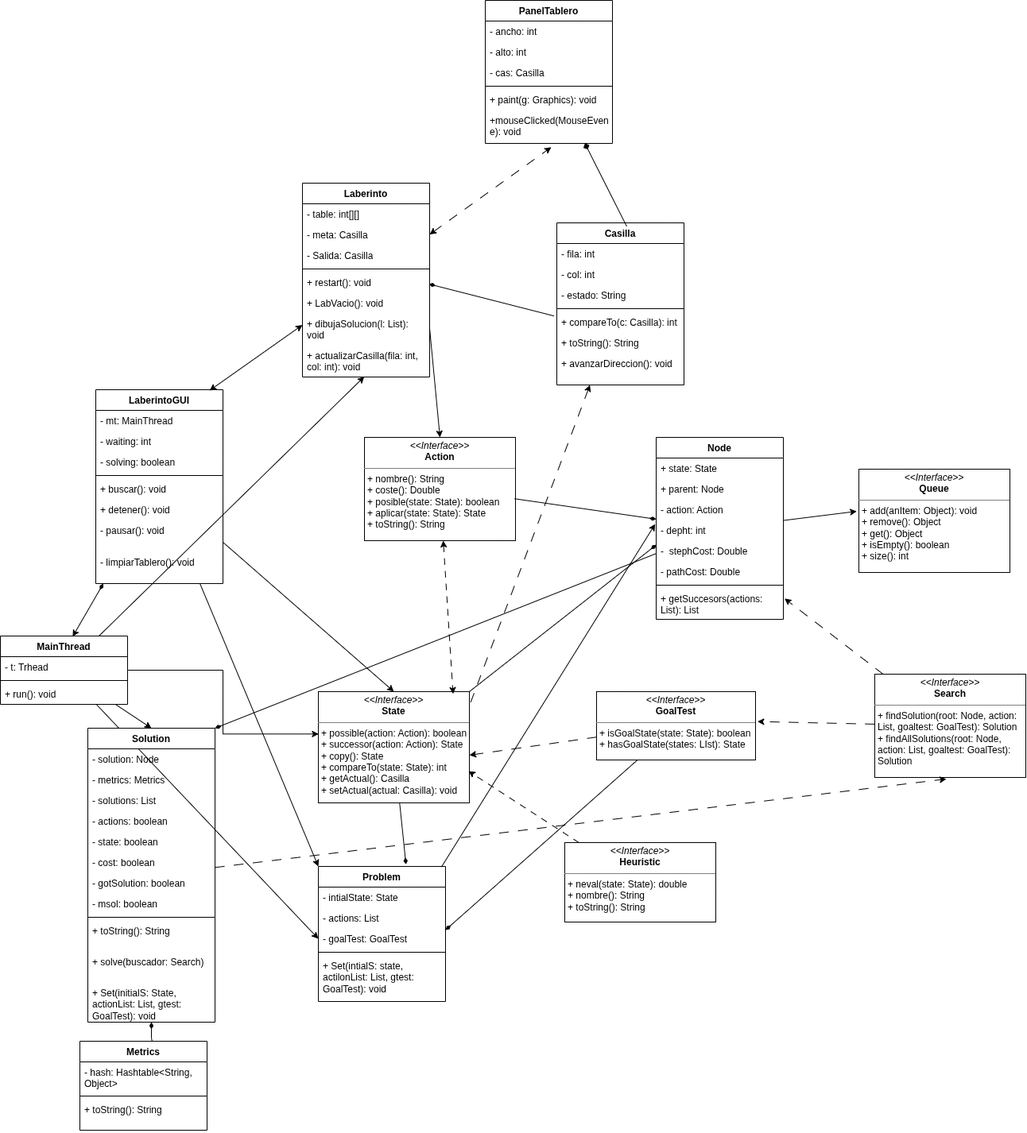
Before: Document/assets/UMLs/Clases.png, a diagram exported from draw.io (Luisja0106/Ingenieria-inversa). Source tidied: cells renumbered, new cells last; positions are measured from the earlier drawing's top-left corner, leaving out a move shared by most shapes.
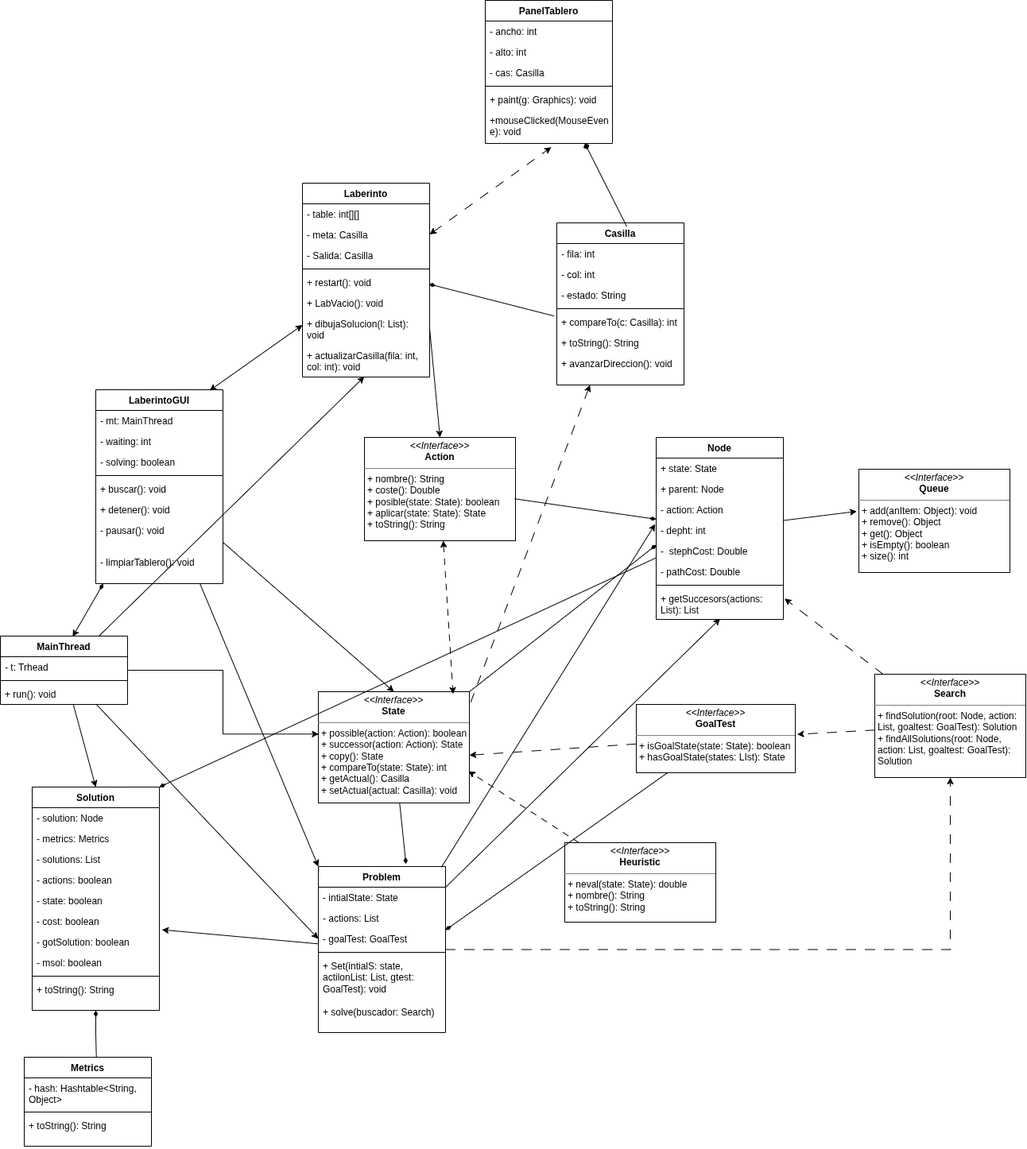
Above is the later version.

What changed in the source:
```diff
@@ -132,7 +132,7 @@
       <mxGeometry x="458" y="550" width="190" height="130" as="geometry" />
     </mxCell>
     <mxCell id="45" value="&lt;p style=&quot;margin:0px;margin-top:4px;text-align:center;&quot;&gt;&lt;i&gt;&amp;lt;&amp;lt;Interface&amp;gt;&amp;gt;&lt;/i&gt;&lt;br&gt;&lt;b&gt;GoalTest&lt;/b&gt;&lt;/p&gt;&lt;hr size=&quot;1&quot; style=&quot;border-style:solid;&quot;&gt;&lt;p style=&quot;margin:0px;margin-left:4px;&quot;&gt;+ isGoalState(state: State): boolean&lt;/p&gt;&lt;p style=&quot;margin:0px;margin-left:4px;&quot;&gt;+ hasGoalState(states: LIst): State&lt;/p&gt;" style="verticalAlign=top;align=left;overflow=fill;html=1;whiteSpace=wrap;" parent="1" vertex="1">
-      <mxGeometry x="750" y="870" width="200" height="86" as="geometry" />
+      <mxGeometry x="800" y="886" width="200" height="86" as="geometry" />
     </mxCell>
     <mxCell id="46" value="&lt;p style=&quot;margin:0px;margin-top:4px;text-align:center;&quot;&gt;&lt;i&gt;&amp;lt;&amp;lt;Interface&amp;gt;&amp;gt;&lt;/i&gt;&lt;br&gt;&lt;b&gt;Heuristic&lt;/b&gt;&lt;/p&gt;&lt;hr size=&quot;1&quot; style=&quot;border-style:solid;&quot;&gt;&lt;p style=&quot;margin:0px;margin-left:4px;&quot;&gt;+ neval(state: State): double&lt;/p&gt;&lt;p style=&quot;margin:0px;margin-left:4px;&quot;&gt;+ nombre(): String&lt;/p&gt;&lt;p style=&quot;margin:0px;margin-left:4px;&quot;&gt;+ toString(): String&lt;/p&gt;" style="verticalAlign=top;align=left;overflow=fill;html=1;whiteSpace=wrap;" parent="1" vertex="1">
       <mxGeometry x="710" y="1060" width="190" height="100" as="geometry" />
@@ -164,8 +164,11 @@
     <mxCell id="55" value="+ getSuccesors(actions: List): List" style="text;strokeColor=none;fillColor=none;align=left;verticalAlign=top;spacingLeft=4;spacingRight=4;overflow=hidden;points=[[0,0.5],[1,0.5]];portConstraint=eastwest;whiteSpace=wrap;html=1;" parent="47" vertex="1">
       <mxGeometry y="190" width="160" height="39" as="geometry" />
     </mxCell>
+    <mxCell id="104" style="edgeStyle=orthogonalEdgeStyle;rounded=0;jettySize=auto;html=1;entryX=0.5;entryY=1;entryDx=0;entryDy=0;defaultLabelBackgroundColor=page;labelPadding=0 4;dashed=1;dashPattern=12 12;" parent="1" edge="1" source="56" target="81">
+      <mxGeometry relative="1" as="geometry" />
+    </mxCell>
     <mxCell id="56" value="Problem" style="swimlane;fontStyle=1;align=center;verticalAlign=top;horizontal=1;startSize=26;whiteSpace=wrap;html=1;" parent="1" vertex="1">
-      <mxGeometry x="400" y="1090" width="160" height="170" as="geometry" />
+      <mxGeometry x="400" y="1090" width="160" height="209" as="geometry" />
     </mxCell>
     <mxCell id="57" value="- intialState: State" style="text;strokeColor=none;fillColor=none;align=left;verticalAlign=top;spacingLeft=4;spacingRight=4;overflow=hidden;whiteSpace=wrap;html=1;" parent="56" vertex="1">
       <mxGeometry y="26" width="160" height="26" as="geometry" />
@@ -182,8 +185,11 @@
     <mxCell id="61" value="+ Set(intialS: state, actilonList: List, gtest: GoalTest): void" style="text;strokeColor=none;fillColor=none;align=left;verticalAlign=top;spacingLeft=4;spacingRight=4;overflow=hidden;whiteSpace=wrap;html=1;" parent="56" vertex="1">
       <mxGeometry y="112" width="160" height="58" as="geometry" />
     </mxCell>
+    <mxCell id="73" value="+ solve(buscador: Search)" style="text;strokeColor=none;fillColor=none;align=left;verticalAlign=top;spacingLeft=4;spacingRight=4;overflow=hidden;whiteSpace=wrap;html=1;" parent="56" vertex="1">
+      <mxGeometry y="170" width="160" height="39" as="geometry" />
+    </mxCell>
     <mxCell id="62" value="Solution" style="swimlane;fontStyle=1;align=center;verticalAlign=top;horizontal=1;startSize=26;whiteSpace=wrap;html=1;" parent="1" vertex="1">
-      <mxGeometry x="110" y="916" width="160" height="370" as="geometry" />
+      <mxGeometry x="40" y="990" width="160" height="281" as="geometry" />
     </mxCell>
     <mxCell id="63" value="- solution: Node" style="text;strokeColor=none;fillColor=none;align=left;verticalAlign=top;spacingLeft=4;spacingRight=4;overflow=hidden;whiteSpace=wrap;html=1;" parent="62" vertex="1">
       <mxGeometry y="26" width="160" height="26" as="geometry" />
@@ -215,14 +221,8 @@
     <mxCell id="72" value="+ toString(): String" style="text;strokeColor=none;fillColor=none;align=left;verticalAlign=top;spacingLeft=4;spacingRight=4;overflow=hidden;whiteSpace=wrap;html=1;" parent="62" vertex="1">
       <mxGeometry y="242" width="160" height="39" as="geometry" />
     </mxCell>
-    <mxCell id="73" value="+ solve(buscador: Search)" style="text;strokeColor=none;fillColor=none;align=left;verticalAlign=top;spacingLeft=4;spacingRight=4;overflow=hidden;whiteSpace=wrap;html=1;" parent="62" vertex="1">
-      <mxGeometry y="281" width="160" height="39" as="geometry" />
-    </mxCell>
-    <mxCell id="74" value="+ Set(initialS: State, actionList: List, gtest: GoalTest): void" style="text;strokeColor=none;fillColor=none;align=left;verticalAlign=top;spacingLeft=4;spacingRight=4;overflow=hidden;whiteSpace=wrap;html=1;" parent="62" vertex="1">
-      <mxGeometry y="320" width="160" height="50" as="geometry" />
-    </mxCell>
     <mxCell id="75" value="Metrics" style="swimlane;fontStyle=1;align=center;verticalAlign=top;horizontal=1;startSize=26;whiteSpace=wrap;html=1;" parent="1" vertex="1">
-      <mxGeometry x="100" y="1310" width="160" height="112" as="geometry" />
+      <mxGeometry x="30" y="1330" width="160" height="112" as="geometry" />
     </mxCell>
     <mxCell id="76" value="- hash: Hashtable&amp;lt;String, Object&amp;gt;" style="text;strokeColor=none;fillColor=none;align=left;verticalAlign=top;spacingLeft=4;spacingRight=4;overflow=hidden;whiteSpace=wrap;html=1;" parent="75" vertex="1">
       <mxGeometry y="26" width="160" height="39" as="geometry" />
@@ -305,8 +305,11 @@
     <mxCell id="102" style="rounded=0;jettySize=auto;html=1;entryX=1.012;entryY=0.438;entryDx=0;entryDy=0;entryPerimeter=0;defaultLabelBackgroundColor=page;labelPadding=0 4;dashed=1;dashPattern=12 12;" parent="1" edge="1" source="81" target="45">
       <mxGeometry relative="1" as="geometry" />
     </mxCell>
-    <mxCell id="103" style="rounded=0;jettySize=auto;html=1;entryX=0.474;entryY=1.015;entryDx=0;entryDy=0;entryPerimeter=0;defaultLabelBackgroundColor=page;labelPadding=0 4;dashed=1;dashPattern=12 12;" parent="1" edge="1" source="62" target="81">
-      <mxGeometry relative="1" as="geometry" />
-    </mxCell>
+    <mxCell id="105" style="rounded=0;jettySize=auto;html=1;entryX=0.503;entryY=0.977;entryDx=0;entryDy=0;entryPerimeter=0;defaultLabelBackgroundColor=page;labelPadding=0 4;" parent="1" edge="1" source="56" target="55">
+      <mxGeometry relative="1" as="geometry" />
+    </mxCell>
+    <mxCell id="106" style="rounded=0;jettySize=auto;html=1;entryX=1.02;entryY=0.908;entryDx=0;entryDy=0;entryPerimeter=0;defaultLabelBackgroundColor=page;labelPadding=0 4;" parent="1" edge="1" source="56" target="68">
+      <mxGeometry relative="1" as="geometry" />
+    </mxCell>
   </root>
 </mxGraphModel>
```
